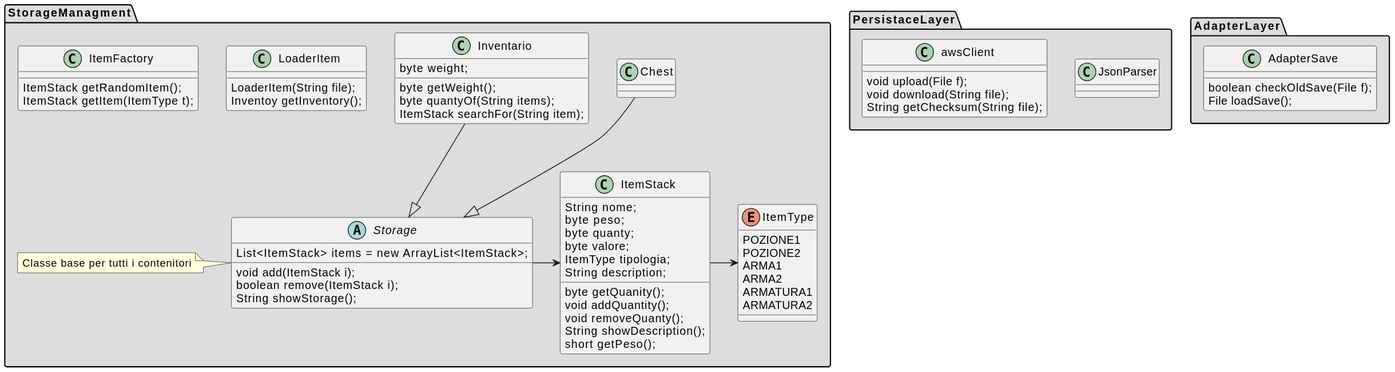
Before: DiagrammiUML/ClassDiagram(Storage-Persistance-Adapter).svg, a diagram exported from PlantUML (PdP03/ACMD).
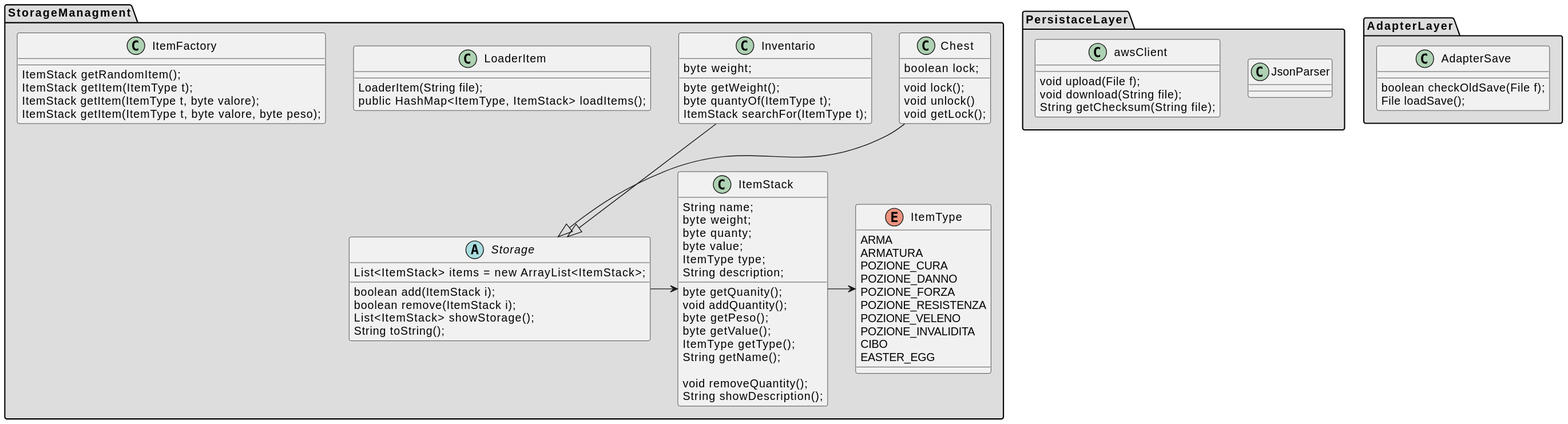
Above is the later version.

Commit message:
separazione class diagram

The edit, as a diff of the source:
```diff
@@ -4,56 +4,71 @@
 {
   ItemStack getRandomItem();
   ItemStack getItem(ItemType t);
+  ItemStack getItem(ItemType t, byte valore);
+  ItemStack getItem(ItemType t, byte valore, byte peso);
 }
 
 class LoaderItem{
   LoaderItem(String file);
-  Inventoy getInventory();
+  public HashMap<ItemType, ItemStack> loadItems();
 }
 
- class ItemStack {
-   String nome;
-   byte peso;
-   byte quanty;
-   byte valore;
-   ItemType tipologia;
-   String description;
+class ItemStack {
+  String name;
+  byte weight;
+  byte quanty;
+  byte value;
+  ItemType type;
+  String description;
 
-   byte getQuanity();
-   void addQuantity();
-   void removeQuanty();
-   String showDescription();
-   short getPeso();
+  byte getQuanity();
+  void addQuantity();
+  byte getPeso();
+  byte getValue();
+  ItemType getType();
+  String getName();
 
+  void removeQuantity();
+  String showDescription();
 }
 
 enum ItemType{
-  POZIONE1
-  POZIONE2
-  ARMA1
-  ARMA2
-  ARMATURA1
-  ARMATURA2
+  ARMA
+  ARMATURA
+  POZIONE_CURA
+  POZIONE_DANNO
+  POZIONE_FORZA
+  POZIONE_RESISTENZA
+  POZIONE_VELENO
+  POZIONE_INVALIDITA
+  CIBO
+  EASTER_EGG
 }
 
 abstract Storage{
   List<ItemStack> items = new ArrayList<ItemStack>;
 
-  void add(ItemStack i);
-  boolean remove(ItemStack i);   /'restituisce false se storage è vuoto'/
-  String showStorage();
+  boolean add(ItemStack i);
+  boolean remove(ItemStack i);
+  List<ItemStack> showStorage();
+  String toString();
 }
-note left of Storage : Classe base per tutti i contenitori
 
-class Inventario{ /'Non serve pesoMax perche è gia presente in player'/
+class Inventario{
   byte weight;
 
   byte getWeight();
-  byte quantyOf(String items);
-  ItemStack searchFor(String item);
+  byte quantyOf(ItemType t);
+  ItemStack searchFor(ItemType t);
 }
 
 class Chest{
+  boolean lock;
+
+  void lock();
+  void unlock()
+  void getLock();
+
 }
 
 }
```
